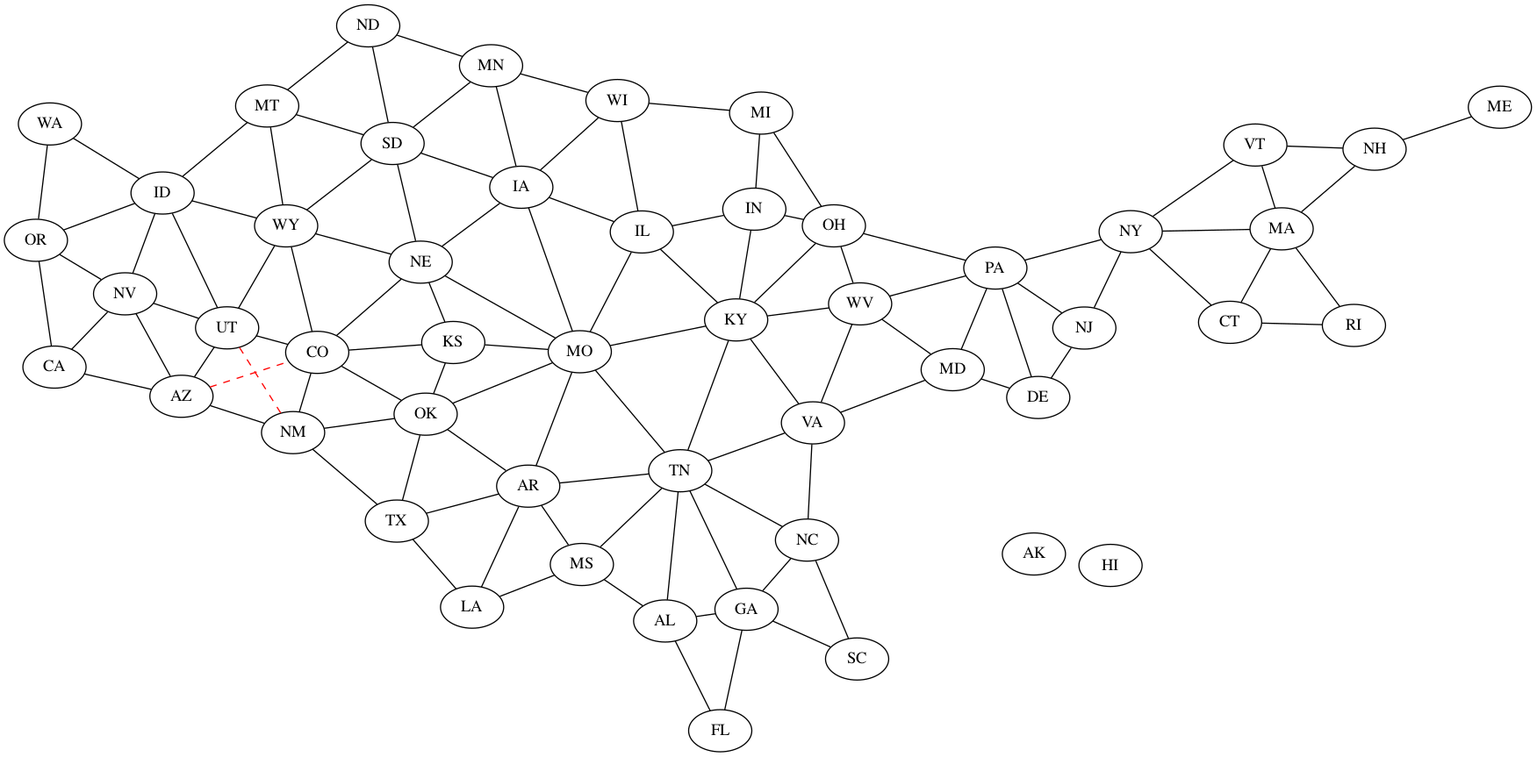
Before: states_springs.png, a diagram exported from Graphviz (jaycoskey/DataVisualization). Its source is kept beside it as states_springs.dot. Its diagram source:
```dot
strict graph States {
    rankdir=LR
    splines=line

    AK
    AL [pos="-86.79,32.81"]
    AR [pos="-92.37,34.97"]
    AZ [pos="-111.43,33.73"]
    CA [pos="-119.68,36.12"]
    CO [pos="-105.31,39.06"]
    CT [pos="-72.76,41.60"]
    DE [pos="-75.51,39.32"]
    FL [pos="-81.69,27.77"]
    GA [pos="-83.64,33.04"]
    HI
    IA [pos="-93.21,42.01"]
    ID [pos="-114.48,44.24"]
    IL [pos="-88.99,40.35"]
    IN [pos="-86.26,39.85"]
    KS [pos="-96.73,38.53"]
    KY [pos="-84.67,37.67"]
    LA [pos="-91.87,31.17"]
    MA [pos="-71.53,42.23"]
    MD [pos="-76.80,39.06"]
    ME [pos="-69.38,44.69"]
    MI [pos="-84.54,43.33"]
    MN [pos="-93.90,45.69"]
    MO [pos="-92.29,38.46"]
    MS [pos="-89.68,32.74"]
    MT [pos="-110.45,46.92"]
    NC [pos="-79.81,35.63"]
    ND [pos="-99.78,47.53"]
    NE [pos="-98.27,41.13"]
    NH [pos="-71.56,43.45"]
    NJ [pos="-74.52,40.30"]
    NM [pos="-106.25,34.84"]
    NV [pos="-117.06,38.31"]
    NY [pos="-74.95,42.17"]
    OH [pos="-82.76,40.39"]
    OK [pos="-96.93,35.57"]
    OR [pos="-122.07,44.57"]
    PA [pos="-77.21,40.59"]
    RI [pos="-71.51,41.68"]
    SC [pos="-80.95,33.86"]
    SD [pos="-99.44,44.30"]
    TN [pos="-86.69,35.75"]
    TX [pos="-97.56,31.05"]
    UT [pos="-111.86,40.15"]
    VA [pos="-78.17,37.77"]
    VT [pos="-72.71,44.05"]
    WA [pos="-121.49,47.40"]
    WI [pos="-89.62,44.27"]
    WV [pos="-80.95,38.49"]
    WY [pos="-107.30,42.76"]

    AK -- HI [style=invis]

    NJ -- CT [style=invis]
    NJ -- MD [style=invis]

    AL -- FL
    AL -- GA
    AL -- MS
    AL -- TN
    AR -- LA
    AR -- MO
    AR -- MS
    AR -- OK
    AR -- TN
    AR -- TX
    AZ -- CA
    AZ -- CO [color=red style=dashed]
    AZ -- NM
    AZ -- NV
    AZ -- UT
    CA -- NV
    CA -- OR
    CO -- KS
    CO -- NE
    CO -- NM
    CO -- OK
    CO -- UT
    CO -- WY
    CT -- MA
    CT -- NY
    CT -- RI
    DE -- MD
    DE -- NJ
    DE -- PA
    FL -- GA
    GA -- NC
    GA -- SC
    GA -- TN
    IA -- IL
    IA -- MN
    IA -- MO
    IA -- NE
    IA -- SD
    IA -- WI
    ID -- MT
    ID -- NV
    ID -- OR
    ID -- UT
    ID -- WA
    ID -- WY
    IL -- IN
    IL -- KY
    IL -- MO
    IL -- WI
    IN -- KY
    IN -- MI
    IN -- OH
    KS -- MO
    KS -- NE
    KS -- OK
    KY -- MO
    KY -- OH
    KY -- TN
    KY -- VA
    KY -- WV
    LA -- MS
    LA -- TX
    MA -- NH
    MA -- NY
    MA -- RI
    MA -- VT
    MD -- PA
    MD -- VA
    MD -- WV
    ME -- NH
    MI -- OH
    MI -- WI
    MN -- ND
    MN -- SD
    MN -- WI
    MO -- NE
    MO -- OK
    MO -- TN
    MS -- TN
    MT -- ND
    MT -- SD
    MT -- WY
    NC -- SC
    NC -- TN
    NC -- VA
    ND -- SD
    NE -- SD
    NE -- WY
    NH -- VT
    NJ -- NY
    NJ -- PA
    NM -- OK
    NM -- TX
    NM -- UT [color=red style=dashed]
    NV -- OR
    NV -- UT
    NY -- PA
    NY -- VT
    OH -- PA
    OH -- WV
    OK -- TX
    OR -- WA
    PA -- WV
    SD -- WY
    TN -- VA
    UT -- WY
    VA -- WV
}
```
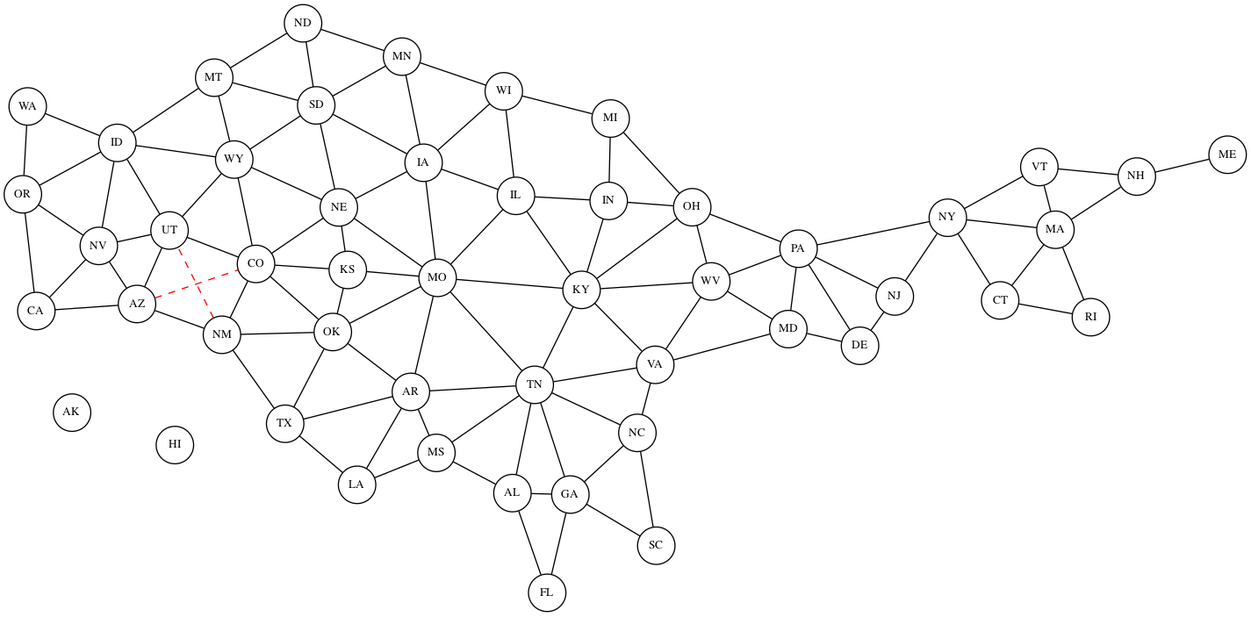
After the commit.

The edit, as a diff of the source:
```diff
@@ -1,8 +1,9 @@
 strict graph States {
     rankdir=LR
     splines=line
+    node [fixedsize=true fontsize=10 height=0.45 width=0.45]
 
-    AK
+    AK [pos="-119.68,31.05"]
     AL [pos="-86.79,32.81"]
     AR [pos="-92.37,34.97"]
     AZ [pos="-111.43,33.73"]
@@ -12,7 +13,7 @@
     DE [pos="-75.51,39.32"]
     FL [pos="-81.69,27.77"]
     GA [pos="-83.64,33.04"]
-    HI
+    HI [pos="-106.25,31.05"]
     IA [pos="-93.21,42.01"]
     ID [pos="-114.48,44.24"]
     IL [pos="-88.99,40.35"]
@@ -54,7 +55,8 @@
     WY [pos="-107.30,42.76"]
 
     AK -- HI [style=invis]
-
+    AK -- CA [style=invis]
+    HI -- TX [style=invis]
     NJ -- CT [style=invis]
     NJ -- MD [style=invis]
 
```
